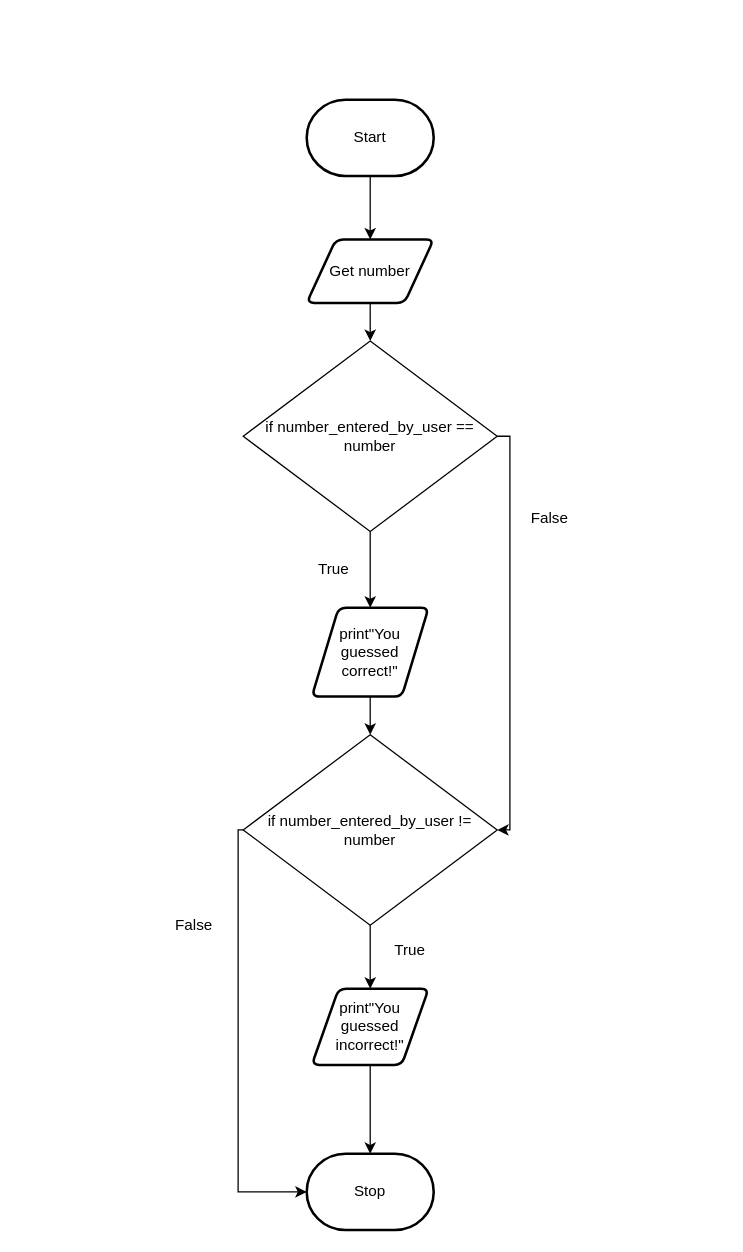
Earlier version of the draw.io diagram flowchart.drawio (michael-clermont1/ICS3U-Unit3-04-Python). Source tidied: cells renumbered, new cells numbered last; positions are measured from the earlier drawing's top-left corner, leaving out a move shared by most shapes. Both pictures are drawn from the tidied source at 127%, with x=0, y=0 at pixel (161, 99).
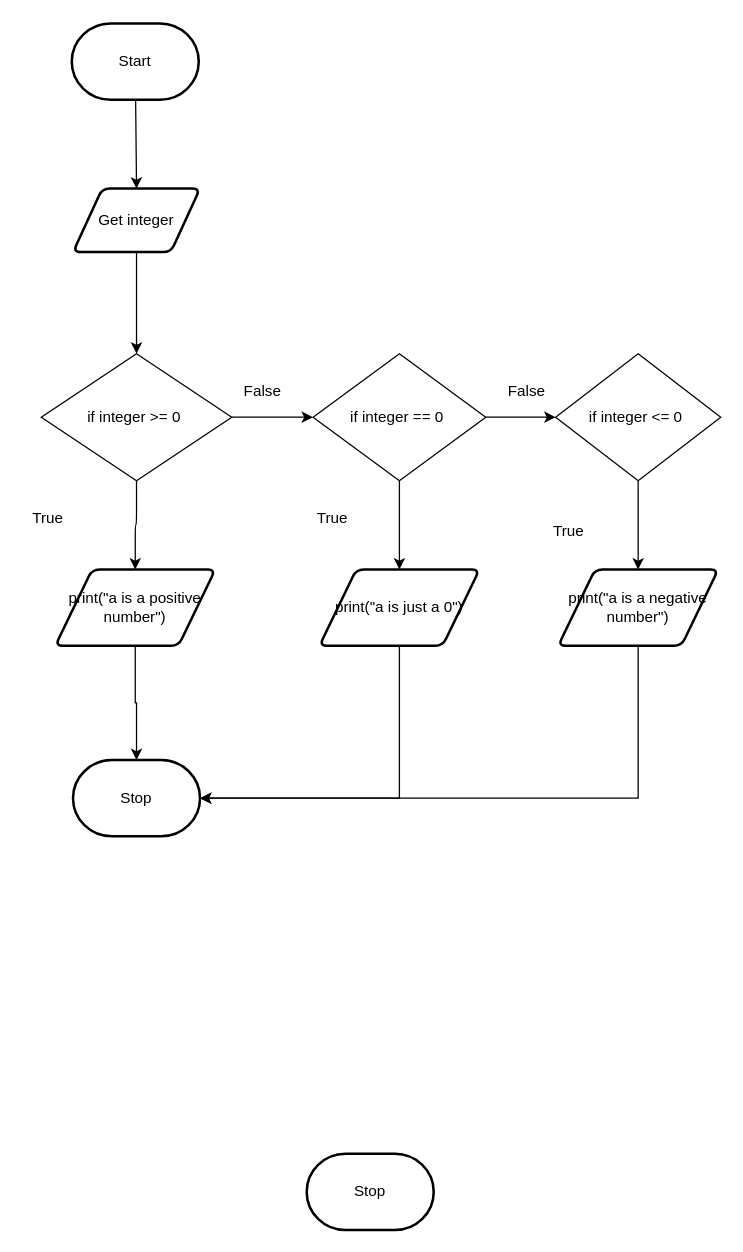
After the change.

The change refers to these unchanged cells:
```xml
<mxCell id="6" value="Stop" style="strokeWidth=2;html=1;shape=mxgraph.flowchart.terminator;whiteSpace=wrap;" parent="1" vertex="1">
  <mxGeometry x="114" y="830" width="100" height="60" as="geometry" />
</mxCell>
```

Diff of the diagram source:
```diff
@@
-    <mxCell id="2" style="edgeStyle=none;html=1;entryX=0.5;entryY=0;entryDx=0;entryDy=0;" parent="1" edge="1" source="3" target="13">
+    <mxCell id="2" style="edgeStyle=orthogonalEdgeStyle;html=1;entryX=0.5;entryY=0;entryDx=0;entryDy=0;strokeColor=default;rounded=0;" parent="1" edge="1" source="3" target="13">
       <mxGeometry relative="1" as="geometry" />
     </mxCell>
-    <mxCell id="3" value="Get number" style="shape=parallelogram;html=1;strokeWidth=2;perimeter=parallelogramPerimeter;whiteSpace=wrap;rounded=1;arcSize=12;size=0.23;" parent="1" vertex="1">
-      <mxGeometry x="114" y="110" width="100" height="50" as="geometry" />
+    <mxCell id="3" value="Get integer" style="shape=parallelogram;html=1;strokeWidth=2;perimeter=parallelogramPerimeter;whiteSpace=wrap;rounded=1;arcSize=12;size=0.23;" parent="1" vertex="1">
+      <mxGeometry x="-70" y="70" width="100" height="50" as="geometry" />
     </mxCell>
-    <mxCell id="4" style="edgeStyle=orthogonalEdgeStyle;html=1;entryX=0.5;entryY=0;entryDx=0;entryDy=0;rounded=0;" parent="1" edge="1" source="5" target="3">
+    <mxCell id="4" style="edgeStyle=none;html=1;entryX=0.5;entryY=0;entryDx=0;entryDy=0;" parent="1" edge="1" source="5" target="3">
       <mxGeometry relative="1" as="geometry" />
     </mxCell>
     <mxCell id="5" value="Start" style="strokeWidth=2;html=1;shape=mxgraph.flowchart.terminator;whiteSpace=wrap;" parent="1" vertex="1">
-      <mxGeometry x="114" width="100" height="60" as="geometry" />
+      <mxGeometry x="-71" y="-60" width="100" height="60" as="geometry" />
     </mxCell>
@@
-    <mxCell id="7" style="edgeStyle=orthogonalEdgeStyle;rounded=0;html=1;entryX=0.5;entryY=0;entryDx=0;entryDy=0;" parent="1" edge="1" source="8" target="16">
-      <mxGeometry relative="1" as="geometry" />
-    </mxCell>
-    <mxCell id="8" value="print&quot;You guessed correct!&quot;" style="shape=parallelogram;html=1;strokeWidth=2;perimeter=parallelogramPerimeter;whiteSpace=wrap;rounded=1;arcSize=12;size=0.23;" parent="1" vertex="1">
-      <mxGeometry x="118" y="400" width="92" height="70" as="geometry" />
-    </mxCell>
-    <mxCell id="9" style="edgeStyle=orthogonalEdgeStyle;rounded=0;html=1;entryX=0.5;entryY=0;entryDx=0;entryDy=0;entryPerimeter=0;" parent="1" edge="1" source="10" target="6">
-      <mxGeometry relative="1" as="geometry" />
-    </mxCell>
-    <mxCell id="10" value="print&quot;You guessed incorrect!&quot;" style="shape=parallelogram;html=1;strokeWidth=2;perimeter=parallelogramPerimeter;whiteSpace=wrap;rounded=1;arcSize=12;size=0.23;" parent="1" vertex="1">
-      <mxGeometry x="118" y="700" width="92" height="60" as="geometry" />
-    </mxCell>
-    <mxCell id="11" style="edgeStyle=none;html=1;entryX=0.5;entryY=0;entryDx=0;entryDy=0;" parent="1" edge="1" source="13" target="8">
-      <mxGeometry relative="1" as="geometry" />
-    </mxCell>
-    <mxCell id="12" style="edgeStyle=orthogonalEdgeStyle;rounded=0;html=1;entryX=1;entryY=0.5;entryDx=0;entryDy=0;" parent="1" edge="1" source="13" target="16">
-      <mxGeometry relative="1" as="geometry">
-        <Array as="points">
-          <mxPoint x="274" y="265" />
-          <mxPoint x="274" y="575" />
-        </Array>
-      </mxGeometry>
-    </mxCell>
+    <mxCell id="21" style="edgeStyle=orthogonalEdgeStyle;html=1;entryX=0.5;entryY=0;entryDx=0;entryDy=0;" parent="1" edge="1" source="13" target="24">
+      <mxGeometry relative="1" as="geometry" />
+    </mxCell>
+    <mxCell id="22" style="edgeStyle=orthogonalEdgeStyle;rounded=0;html=1;entryX=0;entryY=0.5;entryDx=0;entryDy=0;strokeColor=default;" parent="1" edge="1" source="13" target="27">
+      <mxGeometry relative="1" as="geometry" />
+    </mxCell>
-    <mxCell id="13" value="&lt;span&gt;if number_entered_by_user == number&lt;/span&gt;" style="rhombus;whiteSpace=wrap;html=1;" parent="1" vertex="1">
-      <mxGeometry x="64" y="190" width="200" height="150" as="geometry" />
+    <mxCell id="13" value="if integer &amp;gt;= 0&amp;nbsp;" style="rhombus;whiteSpace=wrap;html=1;" parent="1" vertex="1">
+      <mxGeometry x="-95" y="200" width="150" height="100" as="geometry" />
     </mxCell>
-    <mxCell id="14" style="edgeStyle=orthogonalEdgeStyle;rounded=0;html=1;entryX=0.5;entryY=0;entryDx=0;entryDy=0;" parent="1" edge="1" source="16" target="10">
-      <mxGeometry relative="1" as="geometry" />
-    </mxCell>
-    <mxCell id="15" style="edgeStyle=orthogonalEdgeStyle;rounded=0;html=1;entryX=0;entryY=0.5;entryDx=0;entryDy=0;entryPerimeter=0;" parent="1" edge="1" source="16" target="6">
-      <mxGeometry relative="1" as="geometry">
-        <Array as="points">
-          <mxPoint x="60" y="575" />
-          <mxPoint x="60" y="860" />
-        </Array>
-      </mxGeometry>
-    </mxCell>
-    <mxCell id="16" value="&lt;span&gt;if number_entered_by_user != number&lt;/span&gt;" style="rhombus;whiteSpace=wrap;html=1;" parent="1" vertex="1">
-      <mxGeometry x="64" y="500" width="200" height="150" as="geometry" />
-    </mxCell>
     <mxCell id="17" value="False" style="text;html=1;align=center;verticalAlign=middle;fillColor=none;strokeColor=none;rounded=0;" parent="1" vertex="1">
-      <mxGeometry x="280" y="320" width="50" height="20" as="geometry" />
+      <mxGeometry x="54" y="220" width="50" height="20" as="geometry" />
     </mxCell>
     <mxCell id="18" value="True" style="text;html=1;align=center;verticalAlign=middle;fillColor=none;strokeColor=none;rounded=0;" parent="1" vertex="1">
-      <mxGeometry x="115" y="360" width="40" height="20" as="geometry" />
+      <mxGeometry x="300" y="330" width="40" height="20" as="geometry" />
     </mxCell>
     <mxCell id="19" value="False" style="text;html=1;align=center;verticalAlign=middle;fillColor=none;strokeColor=none;rounded=0;" parent="1" vertex="1">
-      <mxGeometry y="640" width="50" height="20" as="geometry" />
+      <mxGeometry x="262" y="220" width="50" height="20" as="geometry" />
     </mxCell>
     <mxCell id="20" value="True" style="text;html=1;align=center;verticalAlign=middle;fillColor=none;strokeColor=none;rounded=0;" parent="1" vertex="1">
-      <mxGeometry x="175" y="660" width="40" height="20" as="geometry" />
+      <mxGeometry x="-110" y="320" width="40" height="20" as="geometry" />
     </mxCell>
+    <mxCell id="23" style="edgeStyle=orthogonalEdgeStyle;html=1;entryX=0.5;entryY=0;entryDx=0;entryDy=0;entryPerimeter=0;rounded=0;" parent="1" edge="1" source="24" target="35">
+      <mxGeometry relative="1" as="geometry" />
+    </mxCell>
+    <mxCell id="24" value="print(&quot;a is a positive number&quot;)" style="shape=parallelogram;html=1;strokeWidth=2;perimeter=parallelogramPerimeter;whiteSpace=wrap;rounded=1;arcSize=12;size=0.23;" parent="1" vertex="1">
+      <mxGeometry x="-84" y="370" width="126" height="60" as="geometry" />
+    </mxCell>
+    <mxCell id="25" style="edgeStyle=orthogonalEdgeStyle;html=1;entryX=0.5;entryY=0;entryDx=0;entryDy=0;rounded=0;" parent="1" edge="1" source="27" target="29">
+      <mxGeometry relative="1" as="geometry" />
+    </mxCell>
+    <mxCell id="26" style="edgeStyle=orthogonalEdgeStyle;rounded=0;html=1;exitX=1;exitY=0.5;exitDx=0;exitDy=0;entryX=0;entryY=0.5;entryDx=0;entryDy=0;strokeColor=default;" parent="1" edge="1" source="27" target="31">
+      <mxGeometry relative="1" as="geometry" />
+    </mxCell>
+    <mxCell id="27" value="if integer == 0&amp;nbsp;" style="rhombus;whiteSpace=wrap;html=1;" parent="1" vertex="1">
+      <mxGeometry x="119" y="200" width="136" height="100" as="geometry" />
+    </mxCell>
+    <mxCell id="28" style="edgeStyle=orthogonalEdgeStyle;html=1;entryX=1;entryY=0.5;entryDx=0;entryDy=0;entryPerimeter=0;rounded=0;" parent="1" edge="1" source="29" target="35">
+      <mxGeometry relative="1" as="geometry">
+        <Array as="points">
+          <mxPoint x="187" y="550" />
+        </Array>
+      </mxGeometry>
+    </mxCell>
+    <mxCell id="29" value="print(&quot;a is just a 0&quot;)" style="shape=parallelogram;html=1;strokeWidth=2;perimeter=parallelogramPerimeter;whiteSpace=wrap;rounded=1;arcSize=12;size=0.23;" parent="1" vertex="1">
+      <mxGeometry x="124" y="370" width="126" height="60" as="geometry" />
+    </mxCell>
+    <mxCell id="30" style="edgeStyle=orthogonalEdgeStyle;html=1;entryX=0.5;entryY=0;entryDx=0;entryDy=0;rounded=0;" parent="1" edge="1" source="31" target="33">
+      <mxGeometry relative="1" as="geometry" />
+    </mxCell>
+    <mxCell id="31" value="if integer &amp;lt;= 0&amp;nbsp;" style="rhombus;whiteSpace=wrap;html=1;" parent="1" vertex="1">
+      <mxGeometry x="310" y="200" width="130" height="100" as="geometry" />
+    </mxCell>
+    <mxCell id="32" style="edgeStyle=orthogonalEdgeStyle;html=1;entryX=1;entryY=0.5;entryDx=0;entryDy=0;entryPerimeter=0;rounded=0;" parent="1" edge="1" source="33" target="35">
+      <mxGeometry relative="1" as="geometry">
+        <Array as="points">
+          <mxPoint x="375" y="550" />
+        </Array>
+      </mxGeometry>
+    </mxCell>
+    <mxCell id="33" value="print(&quot;a is a negative number&quot;)" style="shape=parallelogram;html=1;strokeWidth=2;perimeter=parallelogramPerimeter;whiteSpace=wrap;rounded=1;arcSize=12;size=0.23;" parent="1" vertex="1">
+      <mxGeometry x="312" y="370" width="126" height="60" as="geometry" />
+    </mxCell>
+    <mxCell id="34" value="True" style="text;html=1;align=center;verticalAlign=middle;fillColor=none;strokeColor=none;rounded=0;" parent="1" vertex="1">
+      <mxGeometry x="114" y="320" width="40" height="20" as="geometry" />
+    </mxCell>
+    <mxCell id="35" value="Stop" style="strokeWidth=2;html=1;shape=mxgraph.flowchart.terminator;whiteSpace=wrap;" parent="1" vertex="1">
+      <mxGeometry x="-70" y="520" width="100" height="60" as="geometry" />
+    </mxCell>
```
